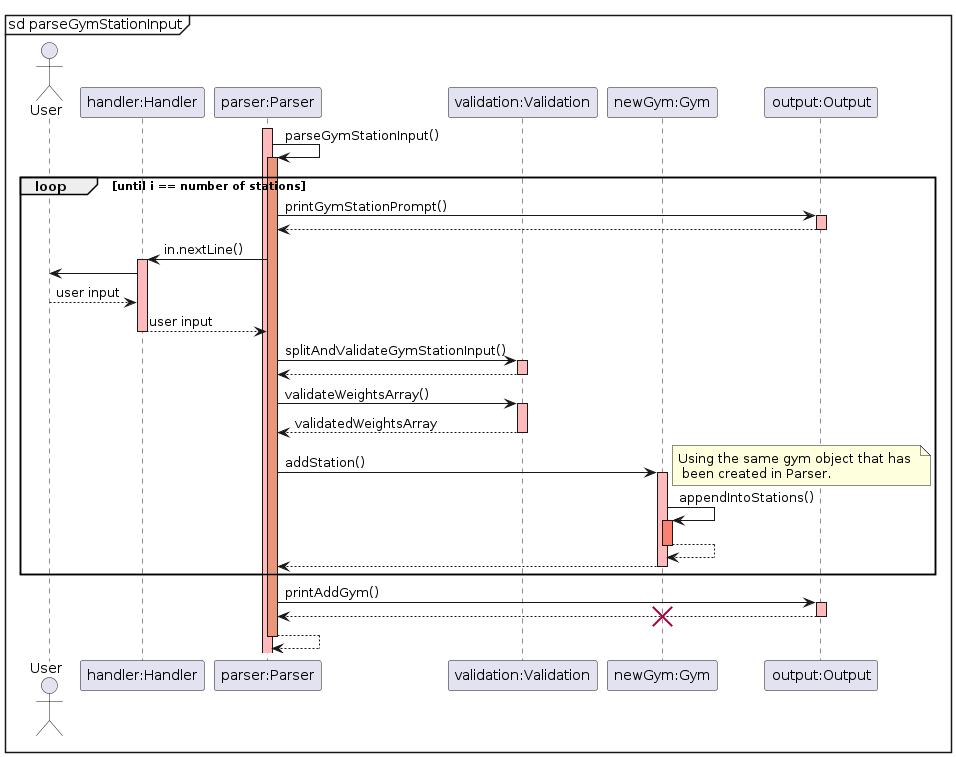
Before: docs/img/sequence_diagrams/gym_station_sequence_diagram.png, a diagram exported from PlantUML (rouvinerh/tp).
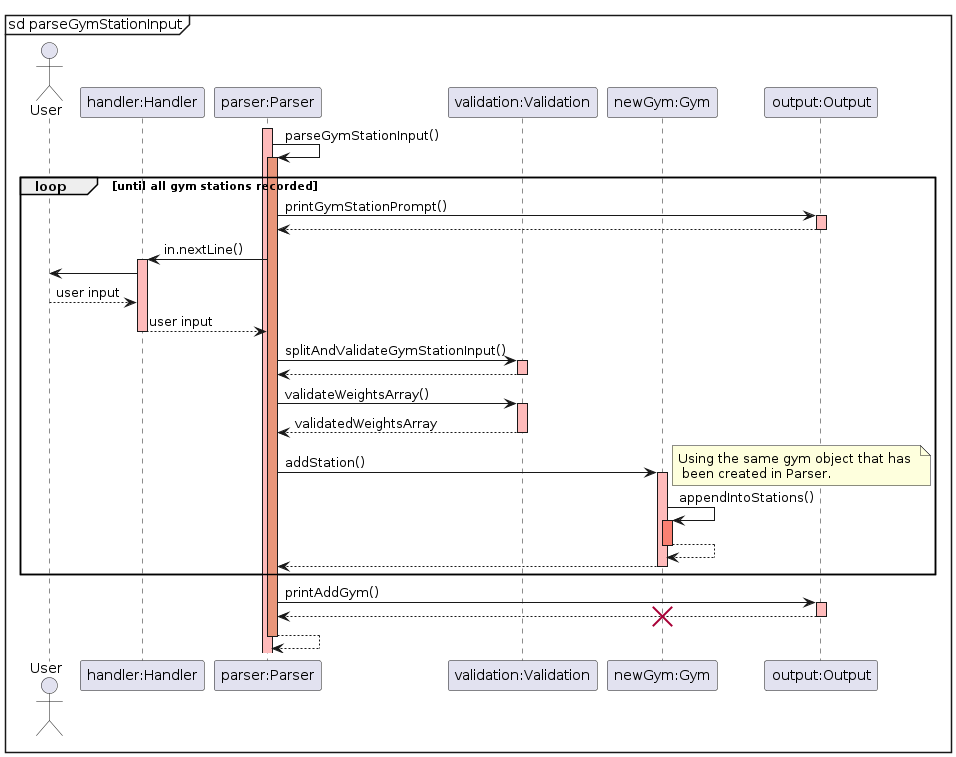
The same diagram one commit later.

The edit, as a diff of the source:
```diff
@@ -10,7 +10,7 @@
 activate Parser  #FFBBBB
 Parser -> Parser : parseGymStationInput()
     activate Parser #DarkSalmon
-        loop until i == number of stations
+        loop until all gym stations recorded
             Parser -> Output : printGymStationPrompt()
             activate Output #FFBBBB
             Output --> Parser :
```
